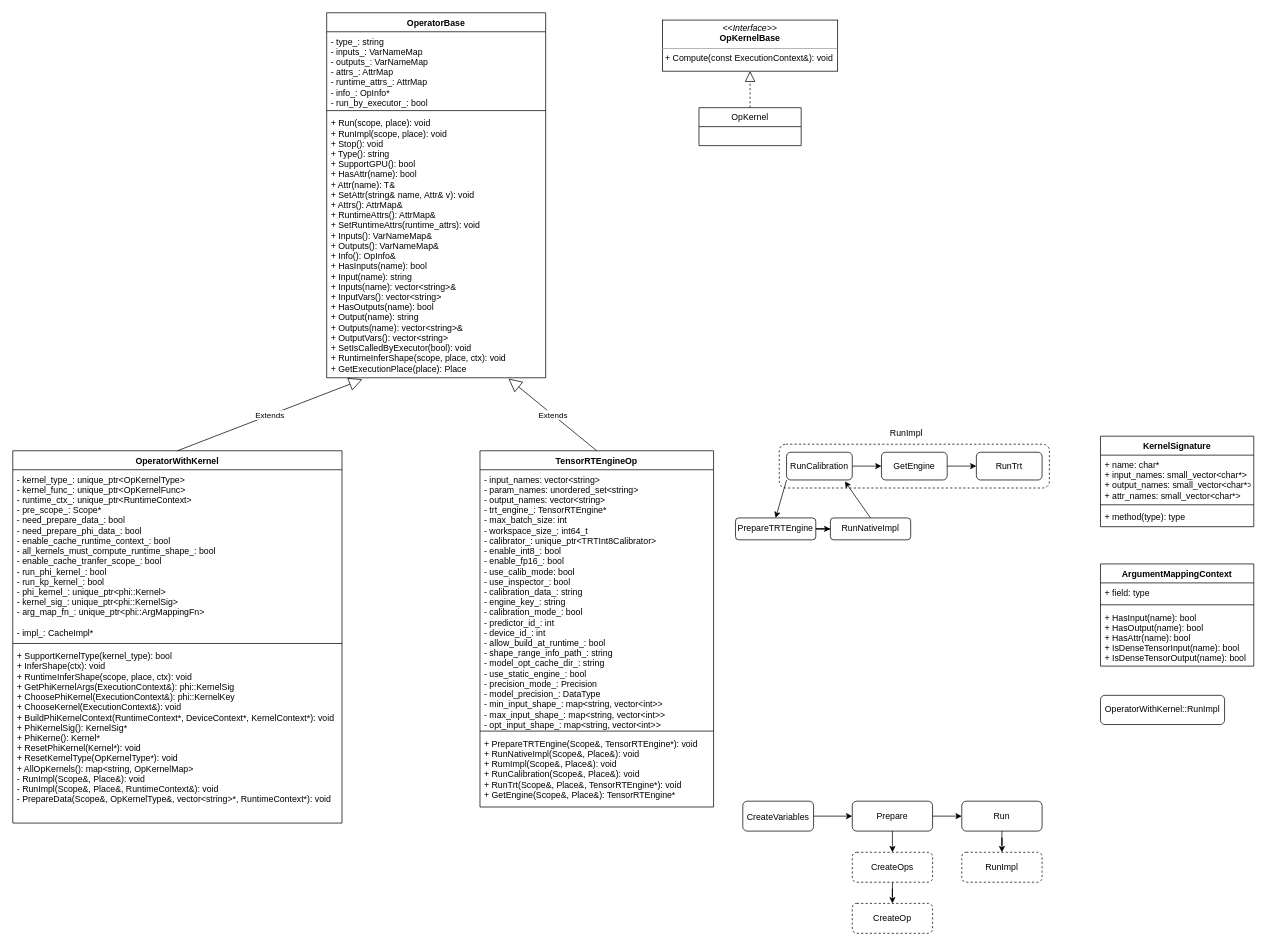
Earlier version of the draw.io diagram page "operator" (2 of 5) of docs/drawio/paddle.drawio (zhangjun/my_notes). Source tidied: cells renumbered, new cells numbered last; positions are measured from the earlier drawing's top-left corner, leaving out a move shared by most shapes. Both pictures are drawn from the tidied source at 73%, with x=0, y=0 at pixel (12, 12).
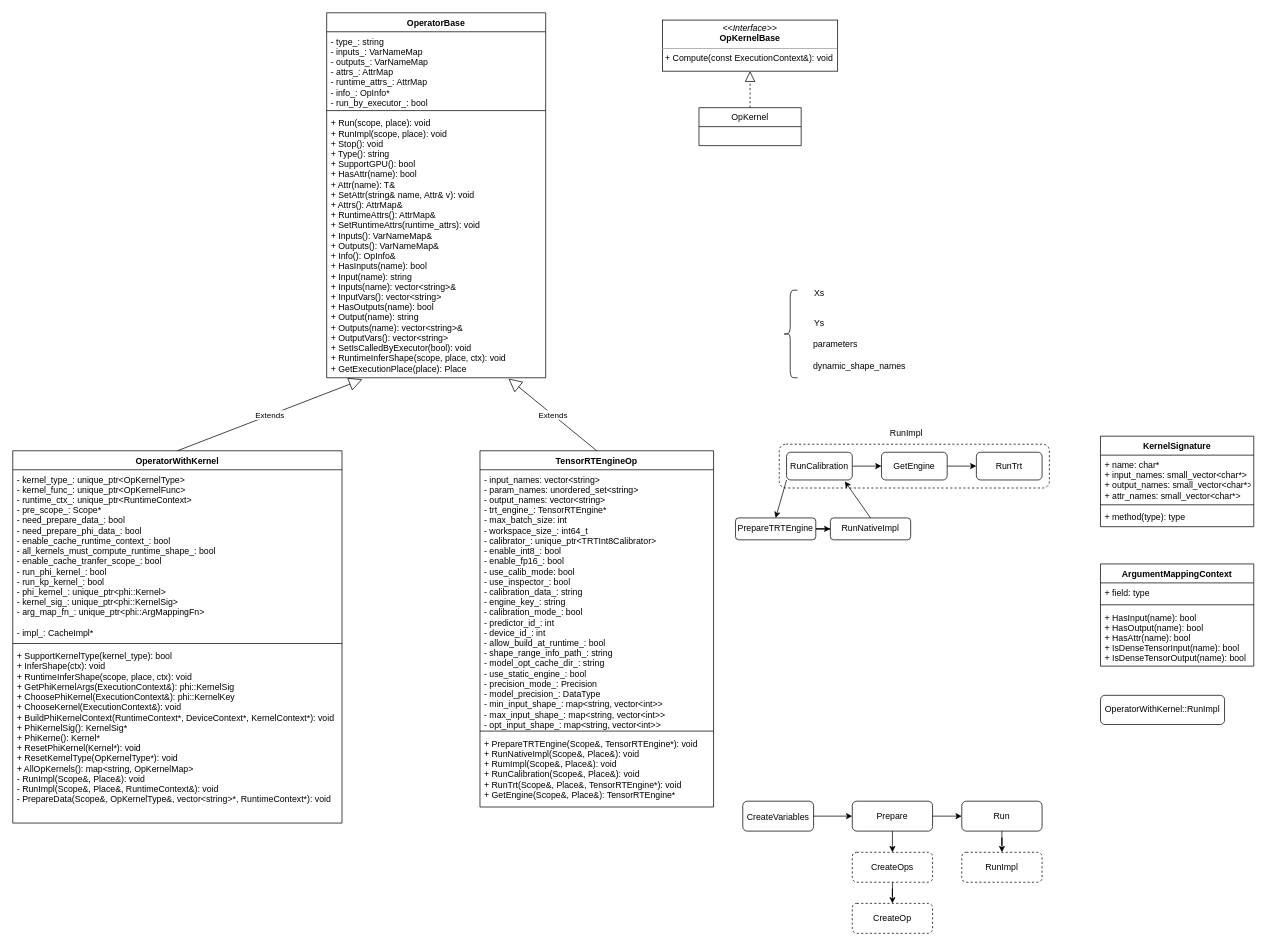
Above is the later version.

The edit, as a diff of the source:
```diff
@@
+    <mxCell id="51" style="shape=curlyBracket;whiteSpace=wrap;html=1;rounded=1;labelBackgroundColor=#FFFFFF;fontColor=#000000;" parent="1" vertex="1">
+      <mxGeometry x="1055" y="380" width="20" height="120" as="geometry" />
+    </mxCell>
+    <mxCell id="52" value="Xs" style="text;html=1;strokeColor=none;fillColor=none;align=center;verticalAlign=middle;whiteSpace=wrap;rounded=0;labelBackgroundColor=#FFFFFF;fontColor=#000000;" parent="1" vertex="1">
+      <mxGeometry x="1075" y="370" width="60" height="30" as="geometry" />
+    </mxCell>
+    <mxCell id="53" value="Ys" style="text;html=1;strokeColor=none;fillColor=none;align=center;verticalAlign=middle;whiteSpace=wrap;rounded=0;labelBackgroundColor=#FFFFFF;fontColor=#000000;" parent="1" vertex="1">
+      <mxGeometry x="1075" y="410" width="60" height="30" as="geometry" />
+    </mxCell>
+    <mxCell id="54" value="parameters" style="text;html=1;strokeColor=none;fillColor=none;align=center;verticalAlign=middle;whiteSpace=wrap;rounded=0;labelBackgroundColor=#FFFFFF;fontColor=#000000;" parent="1" vertex="1">
+      <mxGeometry x="1097" y="440" width="60" height="30" as="geometry" />
+    </mxCell>
+    <mxCell id="55" value="dynamic_shape_names" style="text;html=1;strokeColor=none;fillColor=none;align=center;verticalAlign=middle;whiteSpace=wrap;rounded=0;labelBackgroundColor=#FFFFFF;fontColor=#000000;" parent="1" vertex="1">
+      <mxGeometry x="1130" y="470" width="60" height="30" as="geometry" />
+    </mxCell>
```
